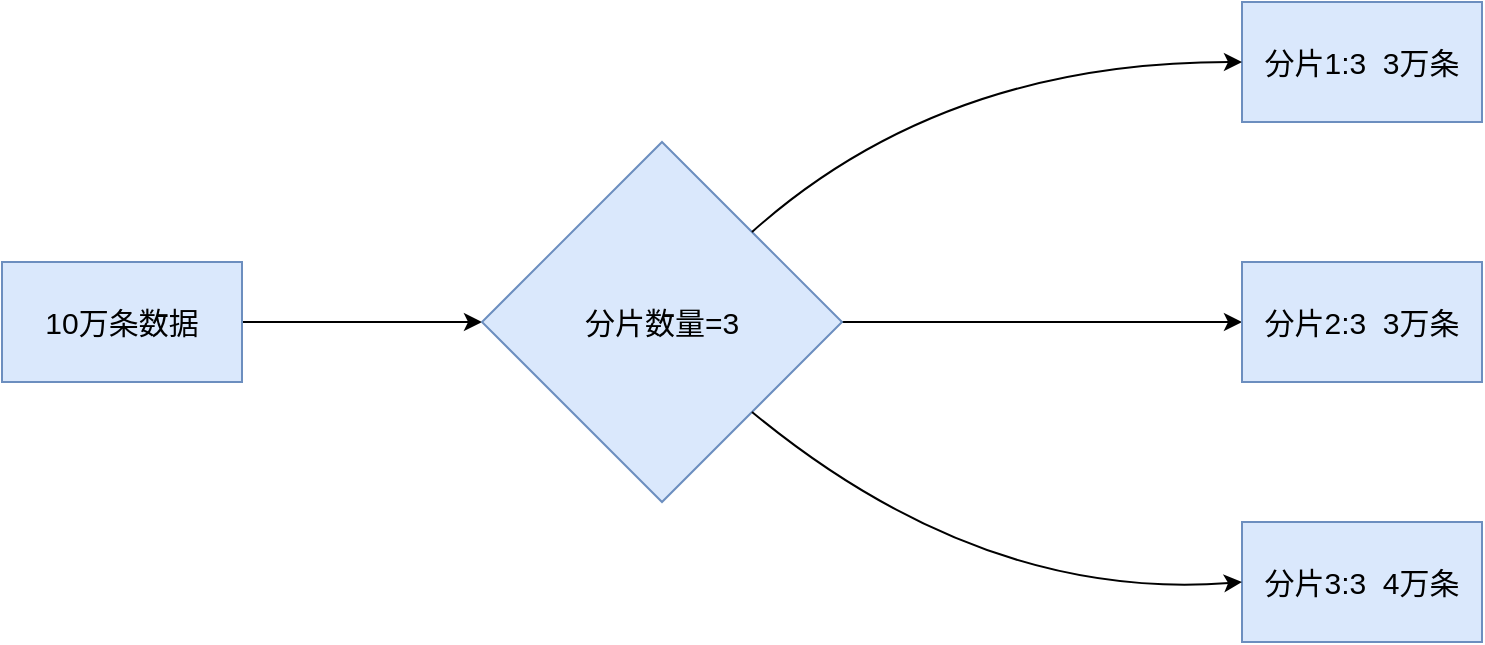
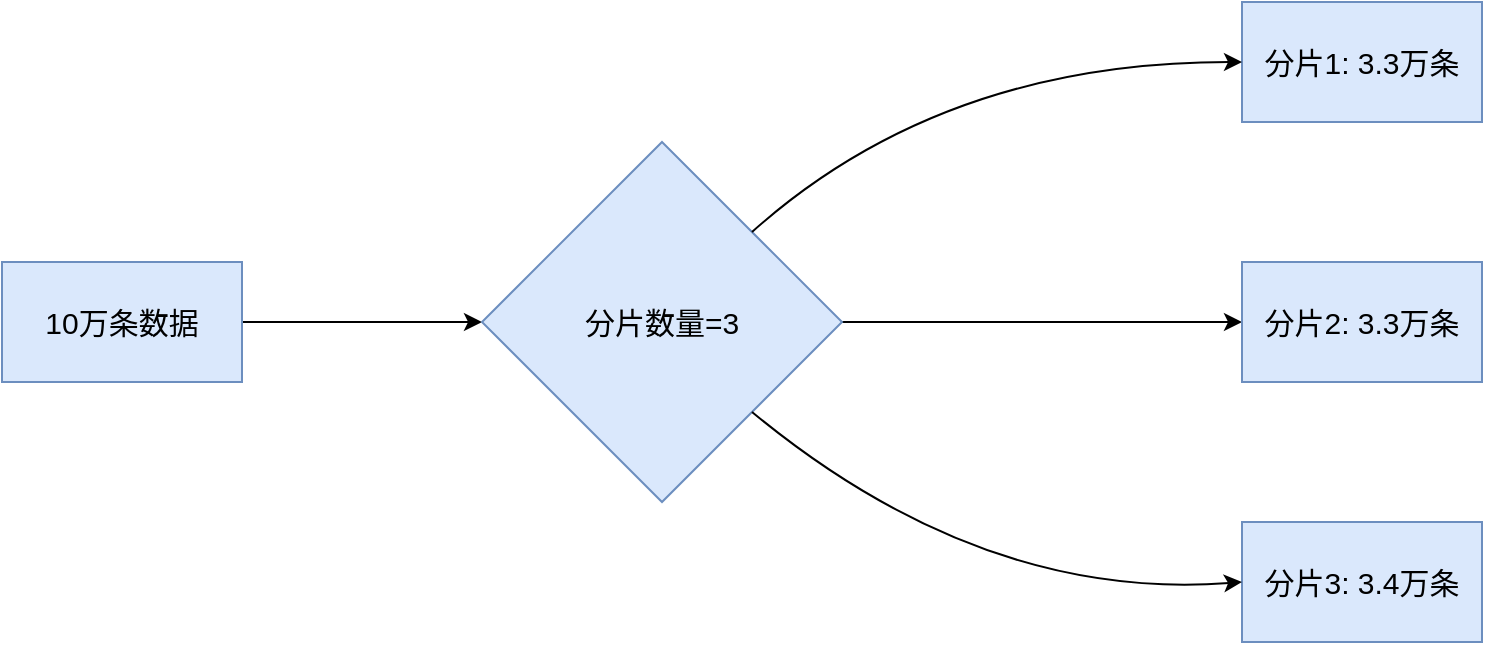
<mxfile host="app.diagrams.net">
  <diagram name="第 1 页" id="sFjbWdhyraTnNHSyuS0W">
    <mxGraphModel dx="1414" dy="751" grid="1" gridSize="10" guides="1" tooltips="1" connect="1" arrows="1" fold="1" page="1" pageScale="1" pageWidth="827" pageHeight="1169" math="0" shadow="0">
      <root>
        <mxCell id="0" />
        <mxCell id="1" parent="0" />
        <mxCell id="TN7I4qlfnn-ZmKUmb6bN-6" edge="1" parent="1" source="TN7I4qlfnn-ZmKUmb6bN-1" style="edgeStyle=orthogonalEdgeStyle;rounded=0;orthogonalLoop=1;jettySize=auto;html=1;entryX=0;entryY=0.5;entryDx=0;entryDy=0;fontSize=15;" target="TN7I4qlfnn-ZmKUmb6bN-2">
          <mxGeometry relative="1" as="geometry" />
        </mxCell>
        <mxCell id="TN7I4qlfnn-ZmKUmb6bN-1" parent="1" style="rounded=0;whiteSpace=wrap;html=1;fillColor=#dae8fc;strokeColor=#6c8ebf;fontSize=15;" value="10万条数据" vertex="1">
          <mxGeometry height="60" width="120" x="120" y="290" as="geometry" />
        </mxCell>
        <mxCell id="TN7I4qlfnn-ZmKUmb6bN-7" edge="1" parent="1" source="TN7I4qlfnn-ZmKUmb6bN-2" style="edgeStyle=orthogonalEdgeStyle;rounded=0;orthogonalLoop=1;jettySize=auto;html=1;entryX=0;entryY=0.5;entryDx=0;entryDy=0;fontSize=15;" target="TN7I4qlfnn-ZmKUmb6bN-4">
          <mxGeometry relative="1" as="geometry" />
        </mxCell>
        <mxCell id="TN7I4qlfnn-ZmKUmb6bN-2" parent="1" style="rhombus;whiteSpace=wrap;html=1;fillColor=#dae8fc;strokeColor=#6c8ebf;fontSize=15;" value="分片数量=3" vertex="1">
          <mxGeometry height="180" width="180" x="360" y="230" as="geometry" />
        </mxCell>
-         <mxCell id="TN7I4qlfnn-ZmKUmb6bN-3" parent="1" style="rounded=0;whiteSpace=wrap;html=1;fillColor=#dae8fc;strokeColor=#6c8ebf;fontSize=15;" value="分片1:3&amp;nbsp; 3万条" vertex="1">
+         <mxCell id="TN7I4qlfnn-ZmKUmb6bN-3" parent="1" style="rounded=0;whiteSpace=wrap;html=1;fillColor=#dae8fc;strokeColor=#6c8ebf;fontSize=15;" value="分片1: 3.3万条" vertex="1">
          <mxGeometry height="60" width="120" x="740" y="160" as="geometry" />
        </mxCell>
-         <mxCell id="TN7I4qlfnn-ZmKUmb6bN-4" parent="1" style="rounded=0;whiteSpace=wrap;html=1;fillColor=#dae8fc;strokeColor=#6c8ebf;fontSize=15;" value="分片2:3&amp;nbsp; 3万条" vertex="1">
+         <mxCell id="TN7I4qlfnn-ZmKUmb6bN-4" parent="1" style="rounded=0;whiteSpace=wrap;html=1;fillColor=#dae8fc;strokeColor=#6c8ebf;fontSize=15;" value="分片2: 3.3万条" vertex="1">
          <mxGeometry height="60" width="120" x="740" y="290" as="geometry" />
        </mxCell>
-         <mxCell id="TN7I4qlfnn-ZmKUmb6bN-5" parent="1" style="rounded=0;whiteSpace=wrap;html=1;fillColor=#dae8fc;strokeColor=#6c8ebf;fontSize=15;" value="分片3:3&amp;nbsp; 4万条" vertex="1">
+         <mxCell id="TN7I4qlfnn-ZmKUmb6bN-5" parent="1" style="rounded=0;whiteSpace=wrap;html=1;fillColor=#dae8fc;strokeColor=#6c8ebf;fontSize=15;" value="分片3: 3.4万条" vertex="1">
          <mxGeometry height="60" width="120" x="740" y="420" as="geometry" />
        </mxCell>
        <mxCell id="TN7I4qlfnn-ZmKUmb6bN-8" edge="1" parent="1" source="TN7I4qlfnn-ZmKUmb6bN-2" style="endArrow=classic;html=1;rounded=0;exitX=1;exitY=0;exitDx=0;exitDy=0;entryX=0;entryY=0.5;entryDx=0;entryDy=0;curved=1;fontSize=15;" target="TN7I4qlfnn-ZmKUmb6bN-3" value="">
          <mxGeometry height="50" relative="1" width="50" as="geometry">
            <Array as="points">
              <mxPoint x="590" y="190" />
            </Array>
            <mxPoint x="520" y="260" as="sourcePoint" />
            <mxPoint x="570" y="210" as="targetPoint" />
          </mxGeometry>
        </mxCell>
        <mxCell id="TN7I4qlfnn-ZmKUmb6bN-9" edge="1" parent="1" source="TN7I4qlfnn-ZmKUmb6bN-2" style="endArrow=classic;html=1;rounded=0;exitX=1;exitY=1;exitDx=0;exitDy=0;entryX=0;entryY=0.5;entryDx=0;entryDy=0;curved=1;fontSize=15;" target="TN7I4qlfnn-ZmKUmb6bN-5" value="">
          <mxGeometry height="50" relative="1" width="50" as="geometry">
            <Array as="points">
              <mxPoint x="610" y="460" />
            </Array>
            <mxPoint x="600" y="520" as="sourcePoint" />
            <mxPoint x="650" y="470" as="targetPoint" />
          </mxGeometry>
        </mxCell>
      </root>
    </mxGraphModel>
  </diagram>
</mxfile>
